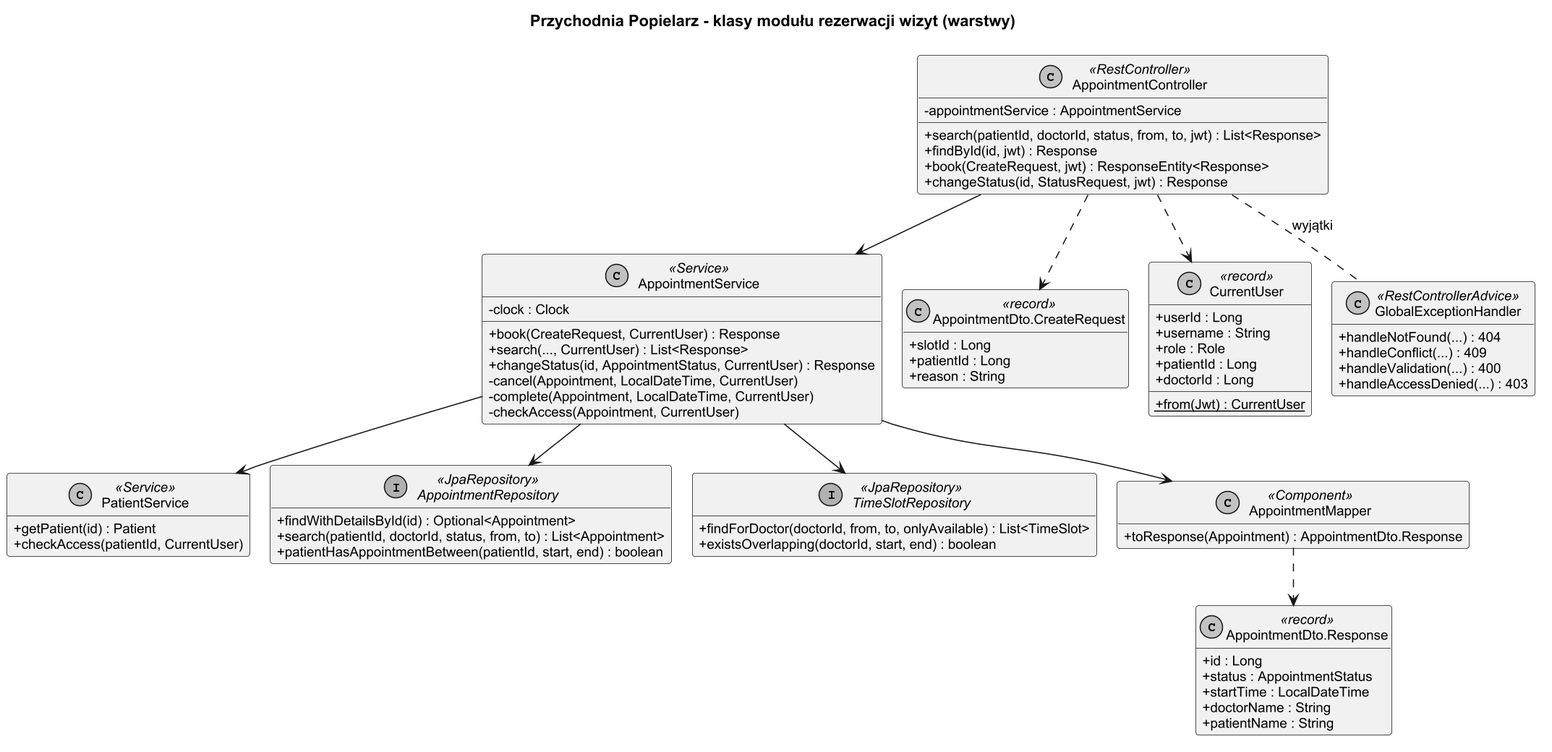
This is docs/diagramy/klasy_rezerwacja.png from UFEQ1337/rejestracja-lekarz, a PlantUML export, as it was before one commit. The source it was exported from:
```plantuml
@startuml klasy_rezerwacja
skinparamlocked dpi 150
!pragma layout smetana
skinparam monochrome true
skinparam shadowing false
skinparam defaultFontName Arial
skinparam defaultFontSize 12
skinparam classAttributeIconSize 0
hide empty members
title Przychodnia Popielarz - klasy modułu rezerwacji wizyt (warstwy)

class AppointmentController <<RestController>> {
  - appointmentService : AppointmentService
  + search(patientId, doctorId, status, from, to, jwt) : List<Response>
  + findById(id, jwt) : Response
  + book(CreateRequest, jwt) : ResponseEntity<Response>
  + changeStatus(id, StatusRequest, jwt) : Response
}

class AppointmentService <<Service>> {
  - clock : Clock
  + book(CreateRequest, CurrentUser) : Response
  + search(..., CurrentUser) : List<Response>
  + changeStatus(id, AppointmentStatus, CurrentUser) : Response
  - cancel(Appointment, LocalDateTime, CurrentUser)
  - complete(Appointment, LocalDateTime, CurrentUser)
  - checkAccess(Appointment, CurrentUser)
}

class PatientService <<Service>> {
  + getPatient(id) : Patient
  + checkAccess(patientId, CurrentUser)
}

interface AppointmentRepository <<JpaRepository>> {
  + findWithDetailsById(id) : Optional<Appointment>
  + search(patientId, doctorId, status, from, to) : List<Appointment>
  + patientHasAppointmentBetween(patientId, start, end) : boolean
}

interface TimeSlotRepository <<JpaRepository>> {
  + findForDoctor(doctorId, from, to, onlyAvailable) : List<TimeSlot>
  + existsOverlapping(doctorId, start, end) : boolean
}

class AppointmentMapper <<Component>> {
  + toResponse(Appointment) : AppointmentDto.Response
}

class "AppointmentDto.CreateRequest" as CreateRequest <<record>> {
  + slotId : Long
  + patientId : Long
  + reason : String
}

class "AppointmentDto.Response" as Response <<record>> {
  + id : Long
  + status : AppointmentStatus
  + startTime : LocalDateTime
  + doctorName : String
  + patientName : String
}

class CurrentUser <<record>> {
  + userId : Long
  + username : String
  + role : Role
  + patientId : Long
  + doctorId : Long
  + {static} from(Jwt) : CurrentUser
}

class GlobalExceptionHandler <<RestControllerAdvice>> {
  + handleNotFound(...) : 404
  + handleConflict(...) : 409
  + handleValidation(...) : 400
  + handleAccessDenied(...) : 403
}

AppointmentController --> AppointmentService
AppointmentController ..> CreateRequest
AppointmentController ..> CurrentUser
AppointmentService --> AppointmentRepository
AppointmentService --> TimeSlotRepository
AppointmentService --> PatientService
AppointmentService --> AppointmentMapper
AppointmentMapper ..> Response
AppointmentController .. GlobalExceptionHandler : wyjątki
@enduml
```
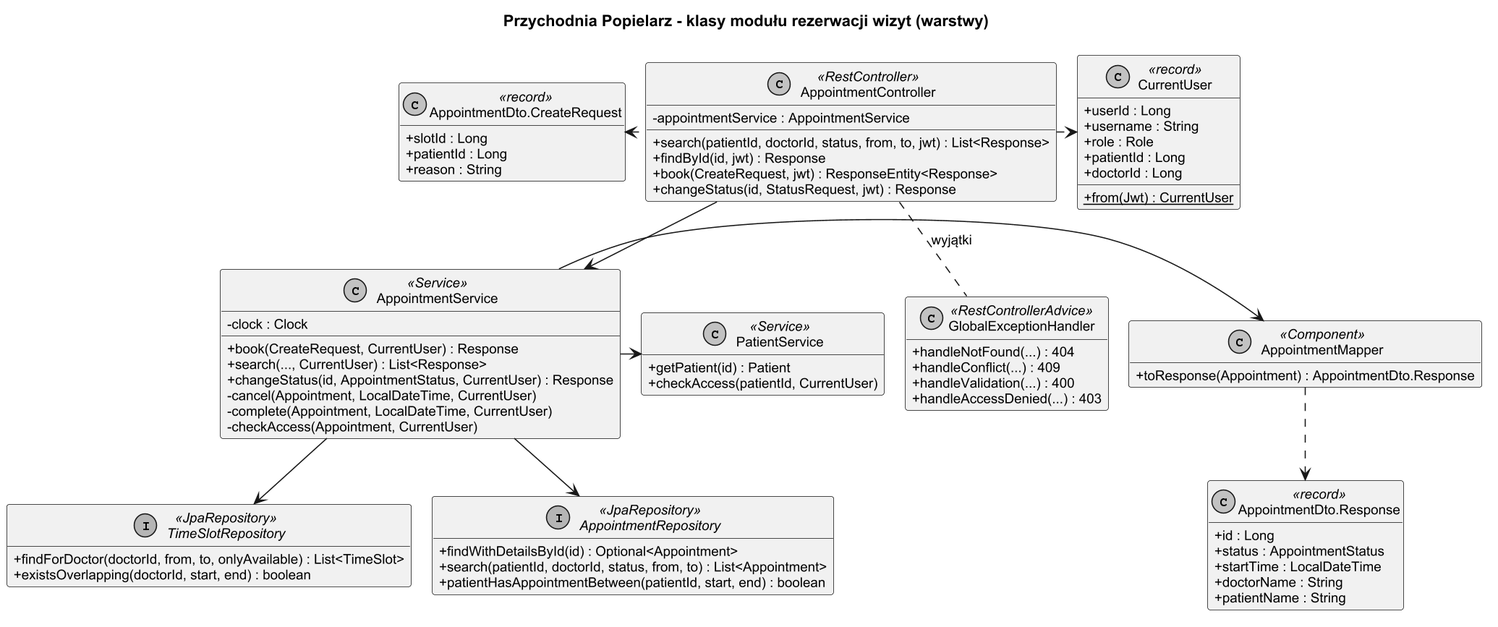
The same diagram one commit later.

Commit message:
Czytelniejszy uklad diagramu klas modulu rezerwacji

What changed in the source:
```diff
@@ -77,13 +77,13 @@
   + handleAccessDenied(...) : 403
 }
 
-AppointmentController --> AppointmentService
-AppointmentController ..> CreateRequest
-AppointmentController ..> CurrentUser
-AppointmentService --> AppointmentRepository
-AppointmentService --> TimeSlotRepository
-AppointmentService --> PatientService
-AppointmentService --> AppointmentMapper
-AppointmentMapper ..> Response
-AppointmentController .. GlobalExceptionHandler : wyjątki
+AppointmentController -down-> AppointmentService
+AppointmentController .left.> CreateRequest
+AppointmentController .right.> CurrentUser
+GlobalExceptionHandler .up. AppointmentController : wyjątki
+AppointmentService -down-> AppointmentRepository
+AppointmentService -down-> TimeSlotRepository
+AppointmentService -left-> PatientService
+AppointmentService -right-> AppointmentMapper
+AppointmentMapper .down.> Response
 @enduml
```
